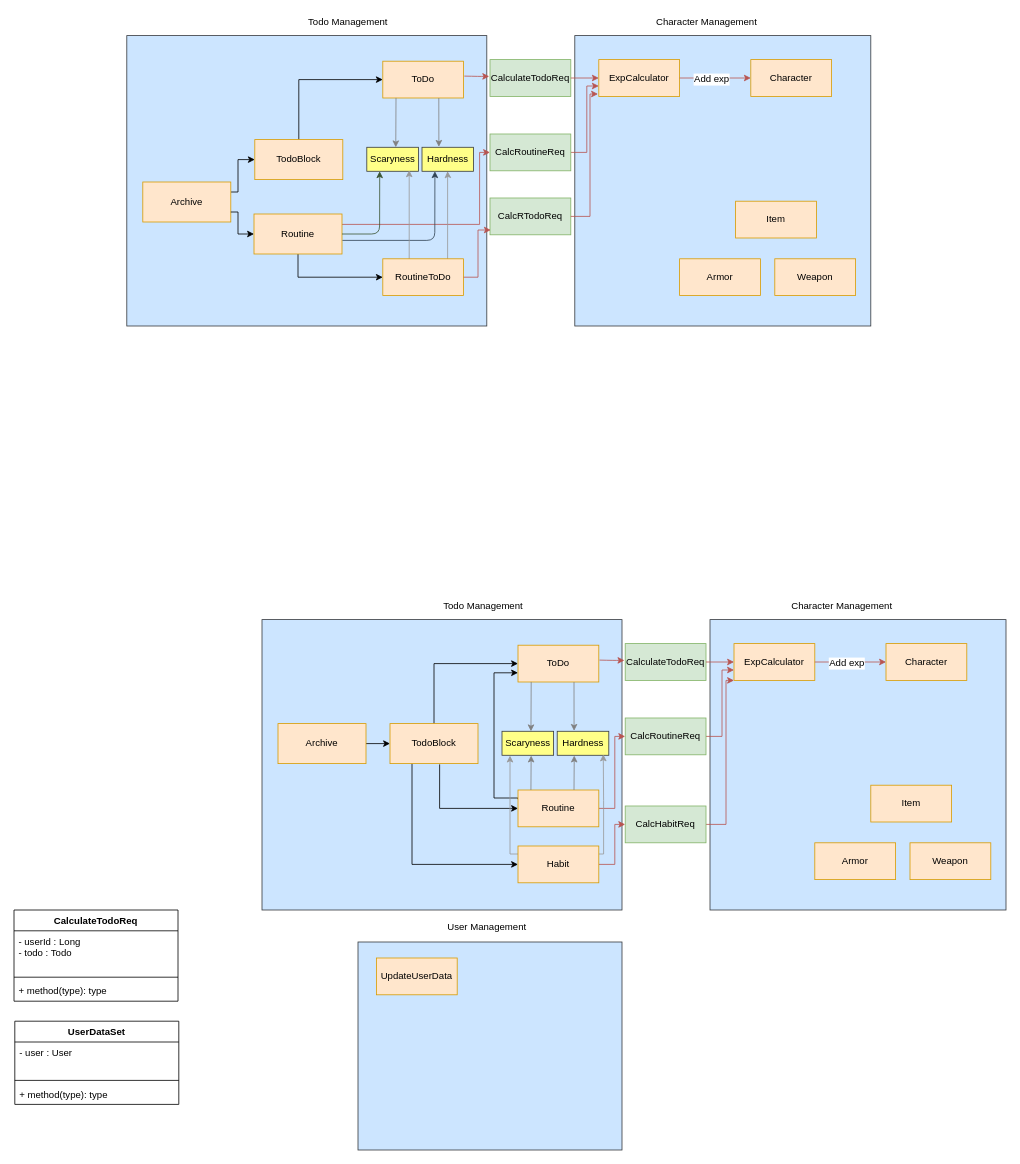
FedosovMax/diagrams keeps this draw.io diagram as Copy of 3projects.drawio. Above is the earlier version. Source tidied: cells renumbered, new cells numbered last; positions are measured from the earlier drawing's top-left corner, leaving out a move shared by most shapes. Both pictures are drawn from the tidied source at 80%, with x=0, y=0 at pixel (14, 14).
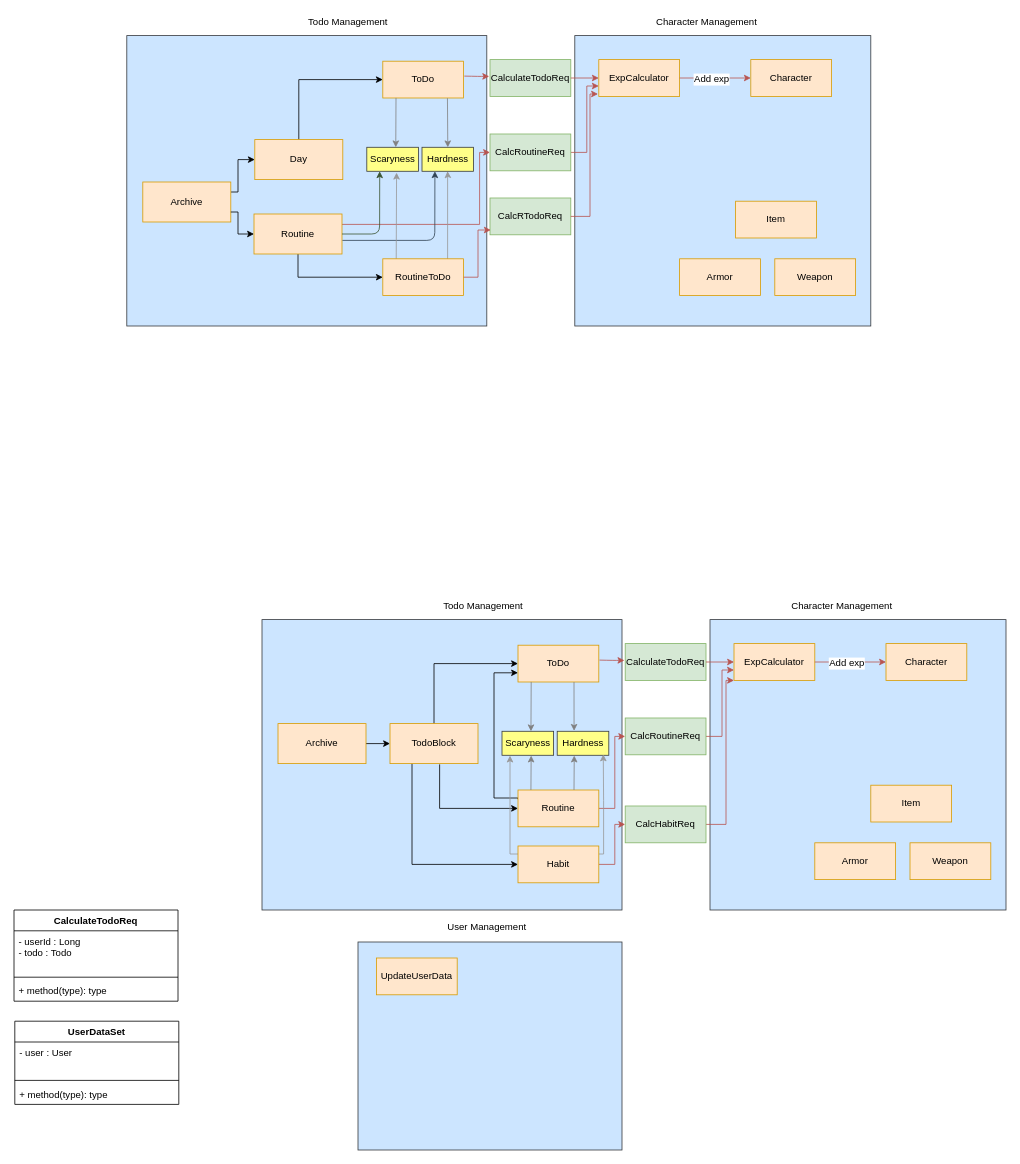
The same diagram, later.

The change refers to these unchanged cells:
```xml
<mxCell id="58" value="ToDo" style="rounded=0;whiteSpace=wrap;html=1;fillColor=#ffe6cc;strokeColor=#d79b00;" parent="1" vertex="1">
  <mxGeometry x="461" y="59" width="101" height="46" as="geometry" />
</mxCell>
<mxCell id="63" value="Hardness" style="rounded=0;whiteSpace=wrap;html=1;fillColor=#ffff88;strokeColor=#36393d;" parent="1" vertex="1">
  <mxGeometry x="510" y="166.6" width="64.5" height="30" as="geometry" />
</mxCell>
<mxCell id="64" value="Scaryness" style="rounded=0;whiteSpace=wrap;html=1;fillColor=#ffff88;strokeColor=#36393d;" parent="1" vertex="1">
  <mxGeometry x="441" y="166.6" width="64.5" height="30" as="geometry" />
</mxCell>
<mxCell id="83" value="RoutineToDo" style="rounded=0;whiteSpace=wrap;html=1;fillColor=#ffe6cc;strokeColor=#d79b00;" parent="1" vertex="1">
  <mxGeometry x="461" y="306" width="101" height="46" as="geometry" />
</mxCell>
```

Diff of the diagram source:
```diff
@@
-    <mxCell id="57" value="TodoBlock" style="rounded=0;whiteSpace=wrap;html=1;fillColor=#ffe6cc;strokeColor=#d79b00;" parent="1" vertex="1">
+    <mxCell id="57" value="Day" style="rounded=0;whiteSpace=wrap;html=1;fillColor=#ffe6cc;strokeColor=#d79b00;" parent="1" vertex="1">
       <mxGeometry x="301" y="157" width="110" height="50" as="geometry" />
     </mxCell>
@@
-    <mxCell id="74" style="endArrow=classic;html=1;exitX=0.75;exitY=1;exitDx=0;exitDy=0;entryX=0.417;entryY=-0.02;entryDx=0;entryDy=0;entryPerimeter=0;strokeColor=#808080;" parent="1" edge="1">
-      <mxGeometry relative="1" as="geometry">
-        <mxPoint x="531" y="105" as="sourcePoint" />
-        <mxPoint x="531.1" y="166" as="targetPoint" />
-      </mxGeometry>
+    <mxCell id="74" style="endArrow=classic;html=1;exitX=0.8;exitY=1.004;exitDx=0;exitDy=0;entryX=0.5;entryY=0;entryDx=0;entryDy=0;strokeColor=#808080;exitPerimeter=0;" parent="1" edge="1" source="58" target="63">
+      <mxGeometry relative="1" as="geometry" />
     </mxCell>
@@
-    <mxCell id="81" style="edgeStyle=orthogonalEdgeStyle;rounded=0;jettySize=auto;html=1;strokeColor=#999999;entryX=0.822;entryY=0.96;entryDx=0;entryDy=0;entryPerimeter=0;exitX=0.34;exitY=0.025;exitDx=0;exitDy=0;exitPerimeter=0;" parent="1" edge="1" source="83" target="64">
+    <mxCell id="81" style="edgeStyle=orthogonalEdgeStyle;rounded=0;jettySize=auto;html=1;strokeColor=#999999;entryX=0.577;entryY=1.059;entryDx=0;entryDy=0;entryPerimeter=0;exitX=0.166;exitY=0.026;exitDx=0;exitDy=0;exitPerimeter=0;" parent="1" edge="1" source="83" target="64">
       <mxGeometry relative="1" as="geometry">
         <Array as="points">
-          <mxPoint x="494" y="307" />
+          <mxPoint x="478" y="307" />
         </Array>
       </mxGeometry>
     </mxCell>
```
